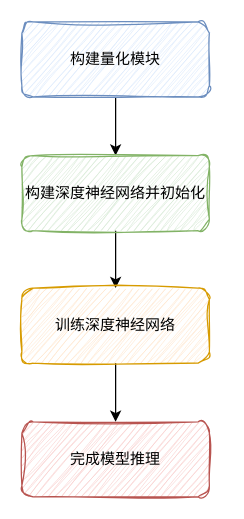
This is 专利流程图.drawio from linslime/DrawIO, a draw.io file, before an edit. Source tidied: cells renumbered, new cells numbered last; positions are measured from the earlier drawing's top-left corner, leaving out a move shared by most shapes. Both pictures are drawn from the tidied source at 125%, with x=0, y=0 at pixel (21, 21).
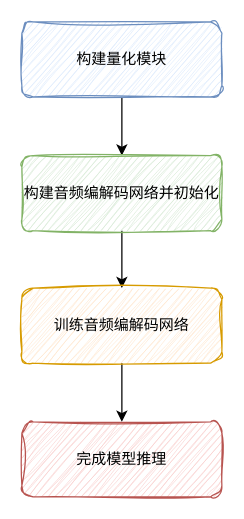
Above is the later version.

Commit message:
更新专利流程图.drawio

What changed in the source:
```diff
@@
 <mxGraphModel>
   <root>
     <mxCell id="0" />
     <mxCell id="1" parent="0" />
     <mxCell id="2" style="edgeStyle=orthogonalEdgeStyle;rounded=0;jettySize=auto;html=1;exitX=0.5;exitY=1;exitDx=0;exitDy=0;entryX=0.5;entryY=0;entryDx=0;entryDy=0;" parent="1" edge="1" source="3" target="5">
       <mxGeometry relative="1" as="geometry" />
     </mxCell>
     <mxCell id="3" value="构建量化模块" style="rounded=1;whiteSpace=wrap;html=1;fillColor=#dae8fc;strokeColor=#6c8ebf;sketch=1;curveFitting=1;jiggle=2;" parent="1" vertex="1">
-      <mxGeometry width="150" height="60" as="geometry" />
+      <mxGeometry width="160" height="60" as="geometry" />
     </mxCell>
     <mxCell id="4" style="edgeStyle=orthogonalEdgeStyle;rounded=0;jettySize=auto;html=1;exitX=0.5;exitY=1;exitDx=0;exitDy=0;entryX=0.5;entryY=0;entryDx=0;entryDy=0;" parent="1" edge="1" source="5" target="7">
       <mxGeometry relative="1" as="geometry" />
     </mxCell>
-    <mxCell id="5" value="构建深度神经网络并初始化" style="rounded=1;whiteSpace=wrap;html=1;fillColor=#d5e8d4;strokeColor=#82b366;sketch=1;curveFitting=1;jiggle=2;" parent="1" vertex="1">
-      <mxGeometry y="107" width="150" height="60" as="geometry" />
+    <mxCell id="5" value="构建音频编解码网络并初始化" style="rounded=1;whiteSpace=wrap;html=1;fillColor=#d5e8d4;strokeColor=#82b366;sketch=1;curveFitting=1;jiggle=2;" parent="1" vertex="1">
+      <mxGeometry y="107" width="160" height="60" as="geometry" />
     </mxCell>
     <mxCell id="6" style="edgeStyle=orthogonalEdgeStyle;rounded=0;jettySize=auto;html=1;exitX=0.5;exitY=1;exitDx=0;exitDy=0;entryX=0.5;entryY=0;entryDx=0;entryDy=0;" parent="1" edge="1" source="7" target="8">
       <mxGeometry relative="1" as="geometry" />
     </mxCell>
-    <mxCell id="7" value="训练深度神经网络" style="rounded=1;whiteSpace=wrap;html=1;fillColor=#ffe6cc;strokeColor=#d79b00;sketch=1;curveFitting=1;jiggle=2;" parent="1" vertex="1">
-      <mxGeometry y="213" width="150" height="60" as="geometry" />
+    <mxCell id="7" value="训练音频编解码网络" style="rounded=1;whiteSpace=wrap;html=1;fillColor=#ffe6cc;strokeColor=#d79b00;sketch=1;curveFitting=1;jiggle=2;" parent="1" vertex="1">
+      <mxGeometry y="213" width="160" height="60" as="geometry" />
     </mxCell>
     <mxCell id="8" value="完成模型推理" style="rounded=1;whiteSpace=wrap;html=1;fillColor=#f8cecc;strokeColor=#b85450;sketch=1;curveFitting=1;jiggle=2;" parent="1" vertex="1">
-      <mxGeometry y="320" width="150" height="60" as="geometry" />
+      <mxGeometry y="320" width="160" height="60" as="geometry" />
     </mxCell>
   </root>
 </mxGraphModel>
```
